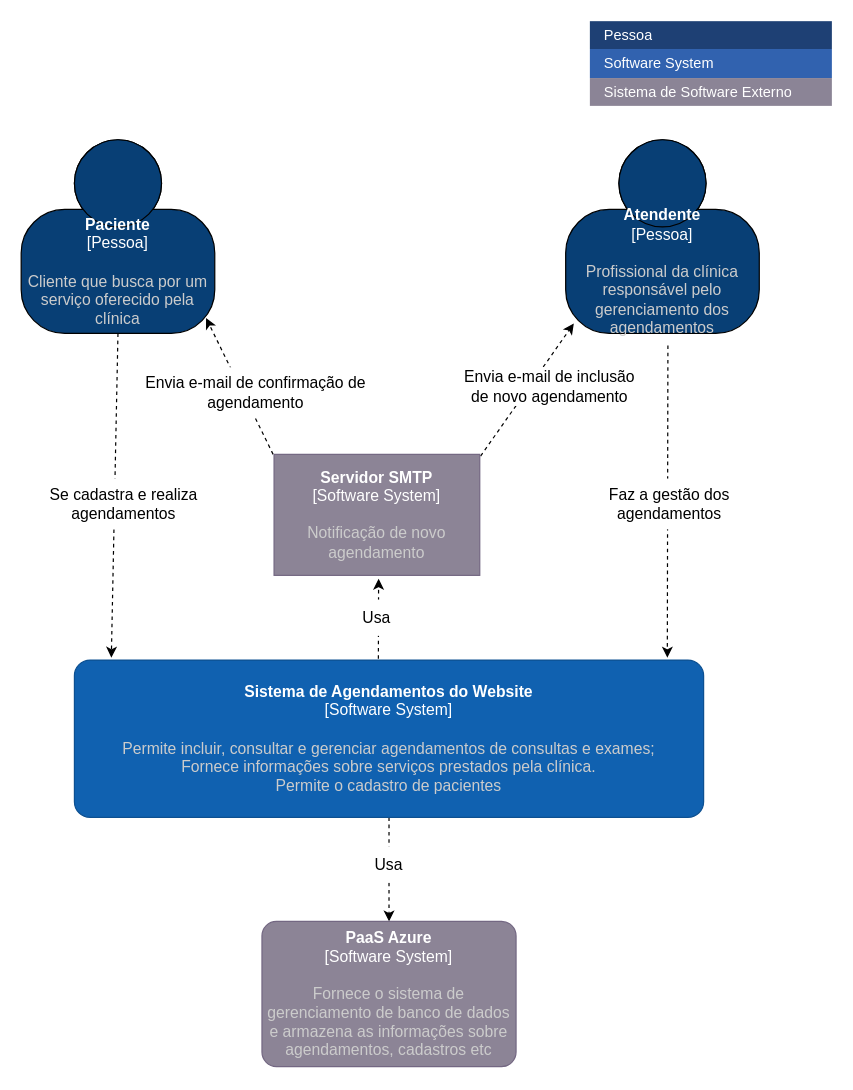
Before: C4-Diagram-ClinicaMedica.drawio in betosedenho/ProjetoIntegrado-EngSoftware, a draw.io diagram. Source tidied: cells renumbered, new cells numbered last; positions are measured from the earlier drawing's top-left corner, leaving out a move shared by most shapes. Both pictures are drawn from the tidied source at 121%, with x=0, y=0 at pixel (21, 21).
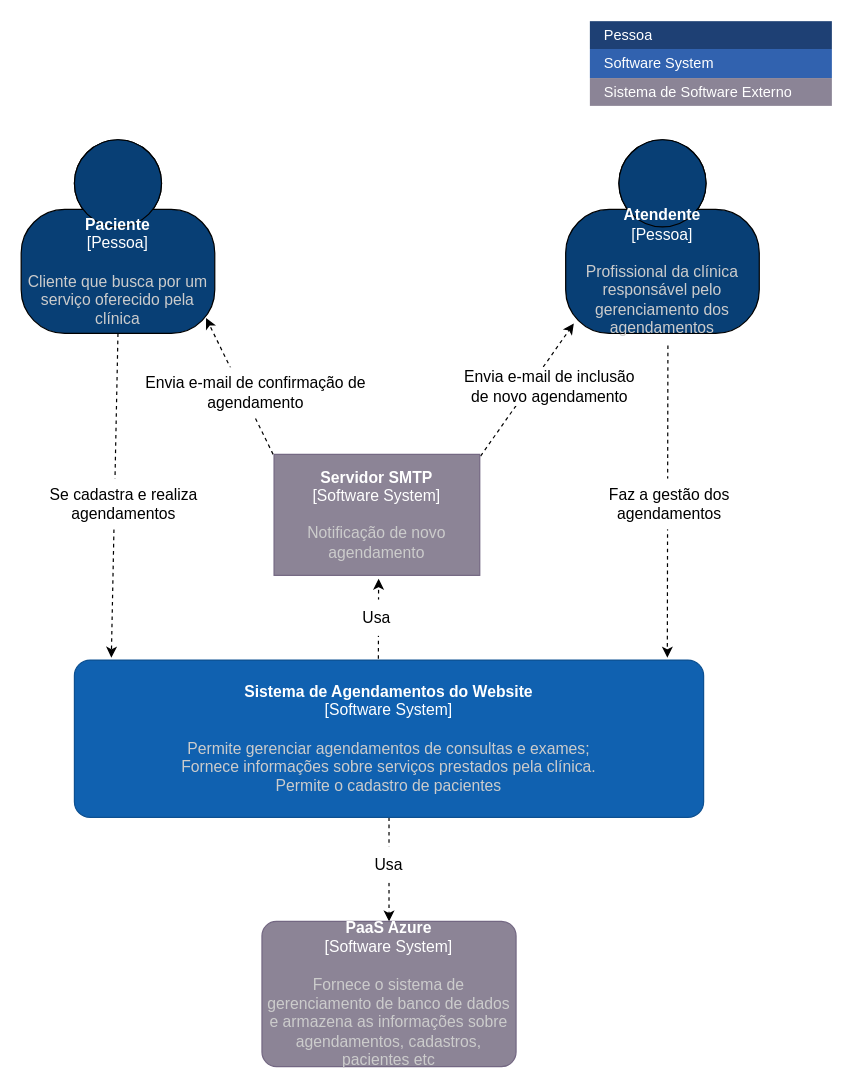
The same page after the edit.

The edit, as a diff of the source:
```diff
@@
-    <object id="10" label="&lt;font style=&quot;font-size: 13px;&quot;&gt;&lt;b style=&quot;font-size: 13px;&quot;&gt;%c4Name%&lt;/b&gt;&lt;/font&gt;&lt;div style=&quot;font-size: 13px;&quot;&gt;[%c4Type%]&lt;/div&gt;&lt;br style=&quot;font-size: 13px;&quot;&gt;&lt;div style=&quot;font-size: 13px;&quot;&gt;&lt;font style=&quot;font-size: 13px;&quot;&gt;&lt;font color=&quot;#cccccc&quot; style=&quot;font-size: 13px;&quot;&gt;%c4Description%&lt;/font&gt;&lt;/font&gt;&lt;/div&gt;" c4Description="Permite incluir, consultar e gerenciar agendamentos de consultas e exames;&#10;Fornece informações sobre serviços prestados pela clínica. &#10;Permite o cadastro de pacientes" c4Name="Sistema de Agendamentos do Website" c4Type="Software System" placeholders="1">
+    <object id="10" label="&lt;font style=&quot;font-size: 13px;&quot;&gt;&lt;b style=&quot;font-size: 13px;&quot;&gt;%c4Name%&lt;/b&gt;&lt;/font&gt;&lt;div style=&quot;font-size: 13px;&quot;&gt;[%c4Type%]&lt;/div&gt;&lt;br style=&quot;font-size: 13px;&quot;&gt;&lt;div style=&quot;font-size: 13px;&quot;&gt;&lt;font style=&quot;font-size: 13px;&quot;&gt;&lt;font color=&quot;#cccccc&quot; style=&quot;font-size: 13px;&quot;&gt;%c4Description%&lt;/font&gt;&lt;/font&gt;&lt;/div&gt;" c4Description="Permite gerenciar agendamentos de consultas e exames;&#10;Fornece informações sobre serviços prestados pela clínica. &#10;Permite o cadastro de pacientes" c4Name="Sistema de Agendamentos do Website" c4Type="Software System" placeholders="1">
       <mxCell style="rounded=1;whiteSpace=wrap;html=1;labelBackgroundColor=none;fillColor=#1061B0;fontColor=#ffffff;align=center;arcSize=10;strokeColor=#0D5091;points=[[0.25,0,0],[0.5,0,0],[0.75,0,0],[1,0.25,0],[1,0.5,0],[1,0.75,0],[0.75,1,0],[0.5,1,0],[0.25,1,0],[0,0.75,0],[0,0.5,0],[0,0.25,0]];shadow=0;sketch=0;labelBorderColor=none;fontSize=13;" parent="1" vertex="1">
         <mxGeometry x="44" y="528" width="520" height="130" as="geometry" />
       </mxCell>
     </object>
@@
-    <object id="14" label="&lt;font style=&quot;font-size: 13px;&quot;&gt;&lt;b style=&quot;font-size: 13px;&quot;&gt;%c4Name%&lt;/b&gt;&lt;/font&gt;&lt;div style=&quot;font-size: 13px;&quot;&gt;[%c4Type%]&lt;/div&gt;&lt;br style=&quot;font-size: 13px;&quot;&gt;&lt;div style=&quot;font-size: 13px;&quot;&gt;&lt;font style=&quot;font-size: 13px;&quot;&gt;&lt;font color=&quot;#cccccc&quot; style=&quot;font-size: 13px;&quot;&gt;%c4Description%&lt;/font&gt;&lt;/font&gt;&lt;/div&gt;" c4Description="Fornece o sistema de gerenciamento de banco de dados e armazena as informações sobre agendamentos, cadastros etc" c4Name="PaaS Azure" c4Type="Software System" placeholders="1">
+    <object id="14" label="&lt;font style=&quot;font-size: 13px;&quot;&gt;&lt;b style=&quot;font-size: 13px;&quot;&gt;%c4Name%&lt;/b&gt;&lt;/font&gt;&lt;div style=&quot;font-size: 13px;&quot;&gt;[%c4Type%]&lt;/div&gt;&lt;br style=&quot;font-size: 13px;&quot;&gt;&lt;div style=&quot;font-size: 13px;&quot;&gt;&lt;font style=&quot;font-size: 13px;&quot;&gt;&lt;font color=&quot;#cccccc&quot; style=&quot;font-size: 13px;&quot;&gt;%c4Description%&lt;/font&gt;&lt;/font&gt;&lt;/div&gt;" c4Description="Fornece o sistema de gerenciamento de banco de dados e armazena as informações sobre agendamentos, cadastros, pacientes etc" c4Name="PaaS Azure" c4Type="Software System" placeholders="1">
       <mxCell style="rounded=1;whiteSpace=wrap;html=1;labelBackgroundColor=none;fillColor=#8C8496;fontColor=#ffffff;align=center;arcSize=10;strokeColor=#736782;points=[[0.25,0,0],[0.5,0,0],[0.75,0,0],[1,0.25,0],[1,0.5,0],[1,0.75,0],[0.75,1,0],[0.5,1,0],[0.25,1,0],[0,0.75,0],[0,0.5,0],[0,0.25,0]];shadow=0;labelBorderColor=none;sketch=0;fontSize=13;" parent="1" vertex="1">
         <mxGeometry x="199" y="744" width="210" height="120" as="geometry" />
       </mxCell>
     </object>
```
